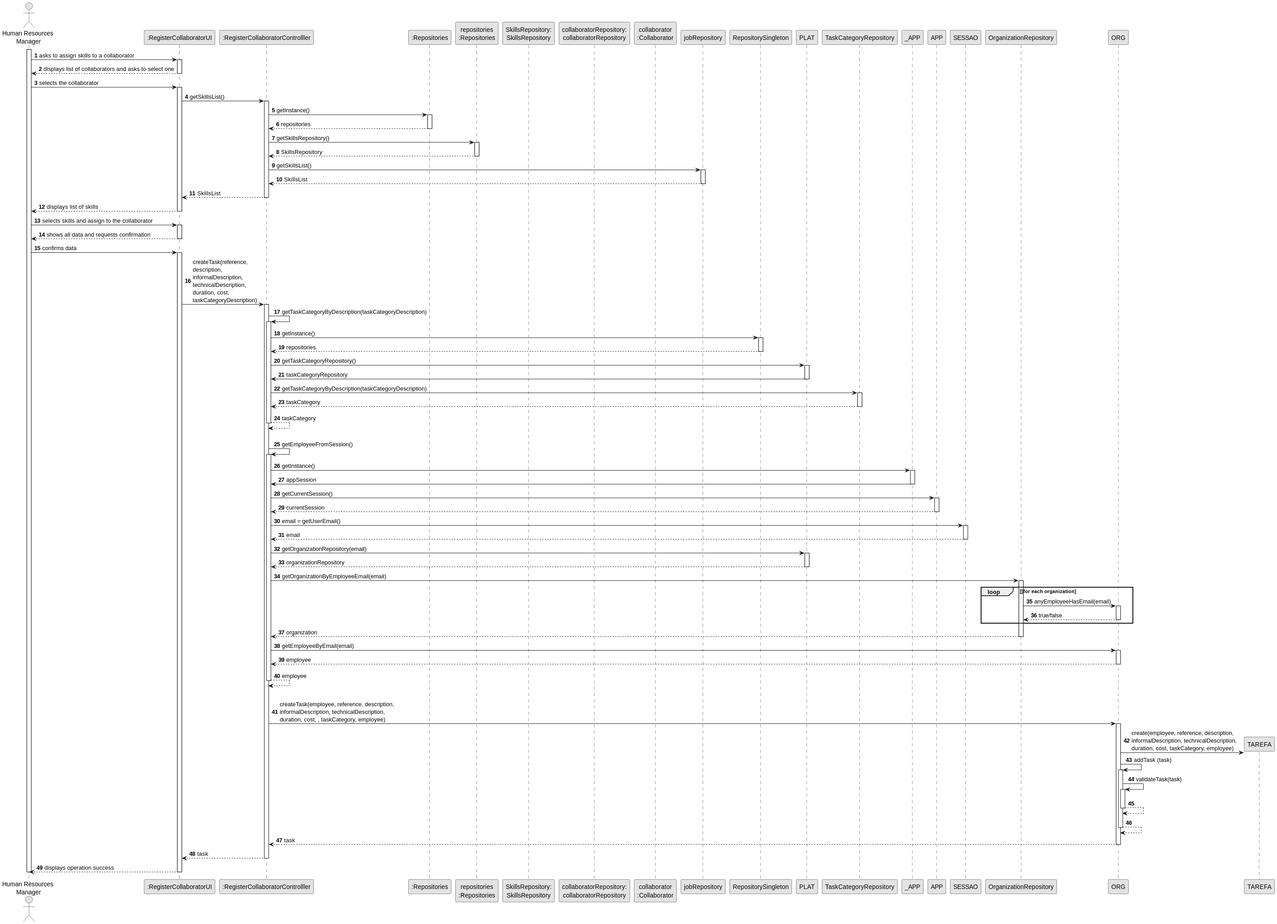
daniel41silva05/ISEP_2023_2024_LAPR2 keeps this PlantUML diagram as docs/sprintA&B/us004/03.design/svg/us004-sequence-diagram-full.svg. Above is the earlier version.
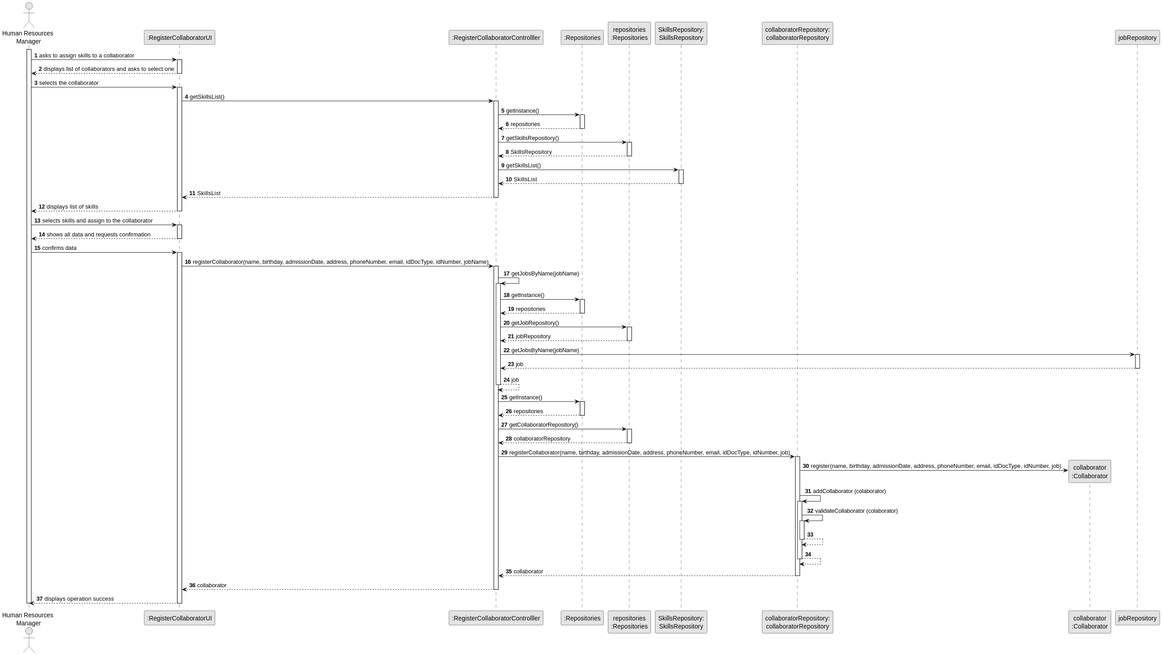
The same file after the commit.

Diff of the diagram source:
```diff
@@ -42,11 +42,11 @@
             REPS --> CTRL: SkillsRepository
             deactivate REPS
 
-            CTRL -> jobRepository: getSkillsList()
-            activate jobRepository
+            CTRL -> SkillsRepository: getSkillsList()
+            activate SkillsRepository
 
-            jobRepository --> CTRL : SkillsList
-            deactivate jobRepository
+            SkillsRepository --> CTRL : SkillsList
+            deactivate SkillsRepository
 
             CTRL --> UI : SkillsList
             deactivate CTRL
@@ -63,107 +63,68 @@
     ADM -> UI : confirms data
     activate UI
 
-        UI -> CTRL : createTask(reference,\ndescription,\ninformalDescription,\ntechnicalDescription,\nduration, cost,\ntaskCategoryDescription)
-        activate CTRL
+        UI -> CTRL: registerCollaborator(name, birthday, admissionDate, address, phoneNumber, email, idDocType, idNumber, jobName)
 
-            CTRL -> CTRL : getTaskCategoryByDescription(taskCategoryDescription)
-            activate CTRL
+                activate CTRL
 
-                CTRL -> RepositorySingleton : getInstance()
-                activate RepositorySingleton
+                    CTRL -> CTRL: getJobsByName(jobName)
+                    activate CTRL
 
-                    RepositorySingleton --> CTRL: repositories
-                deactivate RepositorySingleton
+                    CTRL -> REP: getInstance()
+                    activate REP
 
-                CTRL -> PLAT : getTaskCategoryRepository()
-                activate PLAT
+                    REP --> CTRL: repositories
+                    deactivate REP
 
-                    PLAT -> CTRL : taskCategoryRepository
-                deactivate PLAT
+                    CTRL -> REPS: getJobRepository()
+                    activate REPS
 
-                CTRL -> TaskCategoryRepository : getTaskCategoryByDescription(taskCategoryDescription)
-                activate TaskCategoryRepository
+                    REPS --> CTRL: jobRepository
+                    deactivate REPS
 
-                    TaskCategoryRepository --> CTRL : taskCategory
-                deactivate TaskCategoryRepository
-                    CTRL --> CTRL : taskCategory
-            deactivate CTRL
+                    CTRL -> jobRepository: getJobsByName(jobName)
+                    activate jobRepository
 
-            |||
-            CTRL -> CTRL : getEmployeeFromSession()
-            activate CTRL
+                    jobRepository --> CTRL: job
+                    deactivate jobRepository
 
-                CTRL -> _APP: getInstance()
-                activate _APP
-                    _APP -> CTRL: appSession
-                deactivate _APP
+                    CTRL --> CTRL: job
+                    deactivate CTRL
 
+                    CTRL -> REP: getInstance()
+                    activate REP
 
-                CTRL -> APP: getCurrentSession()
-                activate APP
+                    REP --> CTRL: repositories
+                    deactivate REP
 
-                    APP --> CTRL: currentSession
-                deactivate APP
+                    CTRL -> REPS: getCollaboratorRepository()
+                    activate REPS
 
-                CTRL -> SESSAO: email = getUserEmail()
-                activate SESSAO
+                    REPS --> CTRL: collaboratorRepository
+                    deactivate REPS
 
-                    SESSAO --> CTRL: email
-                deactivate SESSAO
+                    CTRL -> collaboratorRepository: registerCollaborator(name, birthday, admissionDate, address, phoneNumber, email, idDocType, idNumber, job)
+                    activate collaboratorRepository
 
+                        collaboratorRepository -> COLLABORATOR** : register(name, birthday, admissionDate, address, phoneNumber, email, idDocType, idNumber, job)
 
-                CTRL -> PLAT: getOrganizationRepository(email)
-                activate PLAT
+                        collaboratorRepository -> collaboratorRepository: addCollaborator (colaborator)
+                        activate collaboratorRepository
 
-                    PLAT --> CTRL: organizationRepository
-                deactivate PLAT
+                        collaboratorRepository -> collaboratorRepository: validateCollaborator (colaborator)
+                        activate collaboratorRepository
 
+                        collaboratorRepository --> collaboratorRepository
+                        deactivate collaboratorRepository
 
-                CTRL -> OrganizationRepository: getOrganizationByEmployeeEmail(email)
-                activate OrganizationRepository
+                        collaboratorRepository --> collaboratorRepository
+                        deactivate collaboratorRepository
 
-                    loop [for each organization
-                        OrganizationRepository -> ORG : anyEmployeeHasEmail(email)
-                        activate ORG
+                    collaboratorRepository --> CTRL: collaborator
+                    deactivate collaboratorRepository
 
-                             ORG --> OrganizationRepository : true/false
-                        deactivate ORG
-                    end
-                    OrganizationRepository --> CTRL : organization
-                deactivate OrganizationRepository
-
-                CTRL -> ORG: getEmployeeByEmail(email)
-                activate ORG
-
-                    ORG --> CTRL : employee
-                deactivate ORG
-
-                CTRL --> CTRL : employee
-            deactivate CTRL
-
-            |||
-            CTRL -> ORG: createTask(employee, reference, description,\ninformalDescription, technicalDescription,\nduration, cost, , taskCategory, employee)
-            activate ORG
-
-                ORG -> TAREFA**: create(employee, reference, description,\ninformalDescription, technicalDescription,\nduration, cost, taskCategory, employee)
-                ORG -> ORG: addTask (task)
-
-
-                activate ORG
-                    ORG -> ORG: validateTask(task)
-                    activate ORG
-                        ORG --> ORG
-                    deactivate ORG
-
-                    ORG --> ORG
-                deactivate ORG
-
-                ORG --> CTRL : task
-
-            deactivate ORG
-
-            CTRL --> UI: task
-            deactivate CTRL
+                CTRL --> UI: collaborator
+                deactivate CTRL
             UI --> ADM: displays operation success
     deactivate UI
 
```
